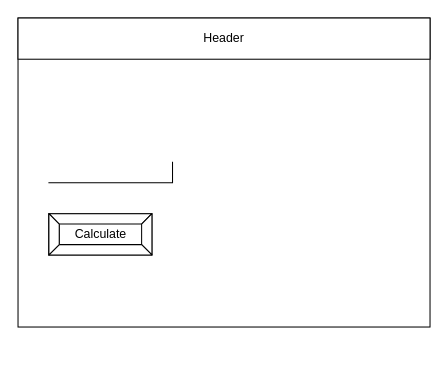
andre-deveau/ICS20-Unit3-01-JS keeps this draw.io diagram as design/story-board.drawio. Above is the earlier version. Source tidied: cells renumbered, new cells numbered last; positions are measured from the earlier drawing's top-left corner, leaving out a move shared by most shapes. Both pictures are drawn from the tidied source at 103%, with x=0, y=0 at pixel (18, 18).
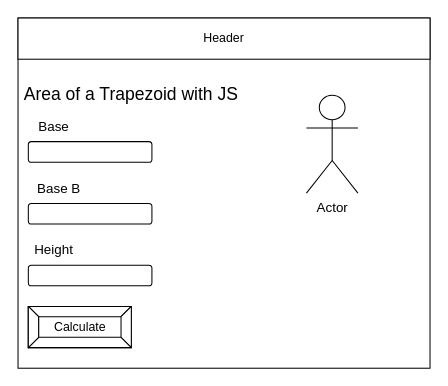
The same page after the edit.

The edit, as a diff of the source:
```diff
@@
 <mxGraphModel>
   <root>
     <mxCell id="0" />
     <mxCell id="1" parent="0" />
     <mxCell id="2" style="rounded=0;whiteSpace=wrap;html=1;" parent="1" vertex="1">
-      <mxGeometry width="400" height="300" as="geometry" />
+      <mxGeometry width="400" height="340" as="geometry" />
     </mxCell>
     <mxCell id="3" value="Header" style="rounded=0;whiteSpace=wrap;html=1;" parent="1" vertex="1">
       <mxGeometry width="400" height="40" as="geometry" />
     </mxCell>
-    <mxCell id="4" style="shape=partialRectangle;whiteSpace=wrap;html=1;top=0;left=0;fillColor=none;" parent="1" vertex="1">
-      <mxGeometry x="30" y="140" width="120" height="20" as="geometry" />
-    </mxCell>
     <mxCell id="5" value="Calculate" style="labelPosition=center;verticalLabelPosition=middle;align=center;html=1;shape=mxgraph.basic.button;dx=10;" parent="1" vertex="1">
-      <mxGeometry x="30" y="190" width="100" height="40" as="geometry" />
+      <mxGeometry x="10" y="280" width="100" height="40" as="geometry" />
     </mxCell>
+    <mxCell id="6" value="&lt;font style=&quot;font-size: 17px&quot;&gt;Area of a Trapezoid with JS&lt;/font&gt;" style="text;html=1;strokeColor=none;fillColor=none;align=center;verticalAlign=middle;whiteSpace=wrap;rounded=0;" parent="1" vertex="1">
+      <mxGeometry y="50" width="220" height="50" as="geometry" />
+    </mxCell>
+    <mxCell id="7" value="&lt;span style=&quot;font-size: 13px&quot;&gt;Base&lt;br&gt;&lt;/span&gt;" style="text;html=1;strokeColor=none;fillColor=none;align=center;verticalAlign=middle;whiteSpace=wrap;rounded=0;fontSize=17;" parent="1" vertex="1">
+      <mxGeometry x="10" y="90" width="50" height="30" as="geometry" />
+    </mxCell>
+    <mxCell id="8" style="rounded=1;whiteSpace=wrap;html=1;fontSize=13;" parent="1" vertex="1">
+      <mxGeometry x="10" y="120" width="120" height="20" as="geometry" />
+    </mxCell>
+    <mxCell id="9" style="rounded=1;whiteSpace=wrap;html=1;fontSize=13;" parent="1" vertex="1">
+      <mxGeometry x="10" y="180" width="120" height="20" as="geometry" />
+    </mxCell>
+    <mxCell id="10" style="edgeStyle=none;html=1;fontSize=13;" parent="1" edge="1" source="11" target="9">
+      <mxGeometry relative="1" as="geometry" />
+    </mxCell>
+    <mxCell id="11" value="Base B" style="text;html=1;strokeColor=none;fillColor=none;align=center;verticalAlign=middle;whiteSpace=wrap;rounded=0;fontSize=13;" parent="1" vertex="1">
+      <mxGeometry x="10" y="150" width="60" height="30" as="geometry" />
+    </mxCell>
+    <mxCell id="12" style="rounded=1;whiteSpace=wrap;html=1;fontSize=13;" parent="1" vertex="1">
+      <mxGeometry x="10" y="240" width="120" height="20" as="geometry" />
+    </mxCell>
+    <mxCell id="13" value="Height" style="text;html=1;strokeColor=none;fillColor=none;align=center;verticalAlign=middle;whiteSpace=wrap;rounded=0;fontSize=13;" parent="1" vertex="1">
+      <mxGeometry x="10" y="210" width="50" height="30" as="geometry" />
+    </mxCell>
+    <mxCell id="14" value="Actor" style="shape=umlActor;verticalLabelPosition=bottom;verticalAlign=top;html=1;fontSize=13;" parent="1" vertex="1">
+      <mxGeometry x="280" y="75" width="50" height="95" as="geometry" />
+    </mxCell>
   </root>
 </mxGraphModel>
```
